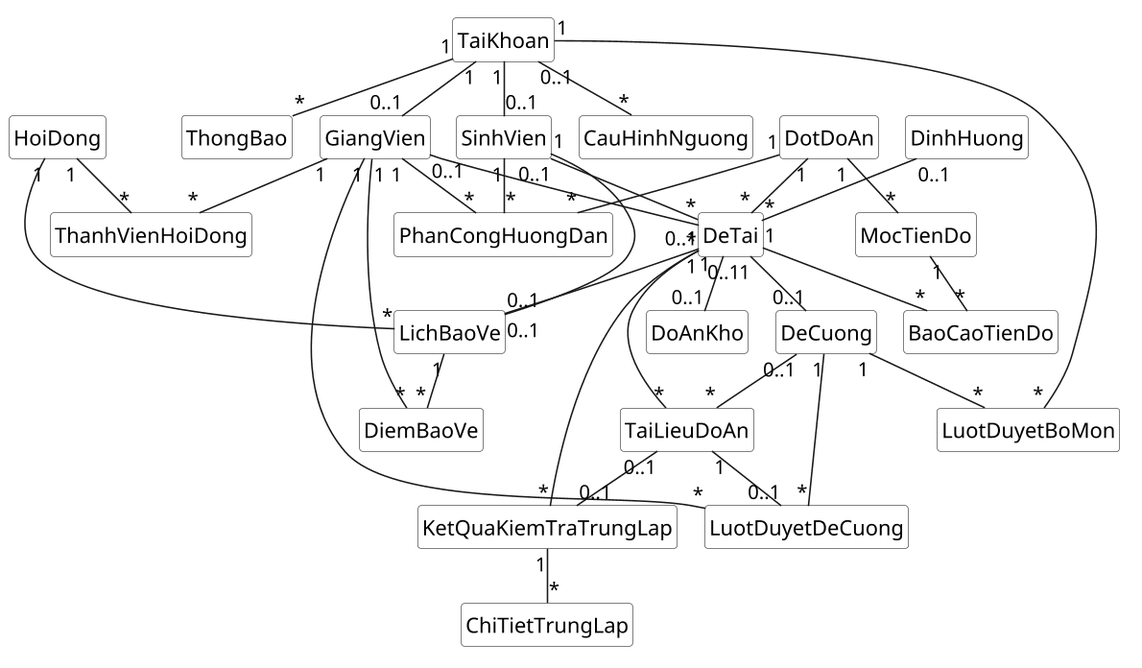
dtc235200036-alt/ICTU-DATN-NguyenThiMaiAnh keeps this PlantUML diagram as docs/chuong-3-thiet-ke/so-do-lop/lop-thuc-the-tong-quat.png. Above is the earlier version.
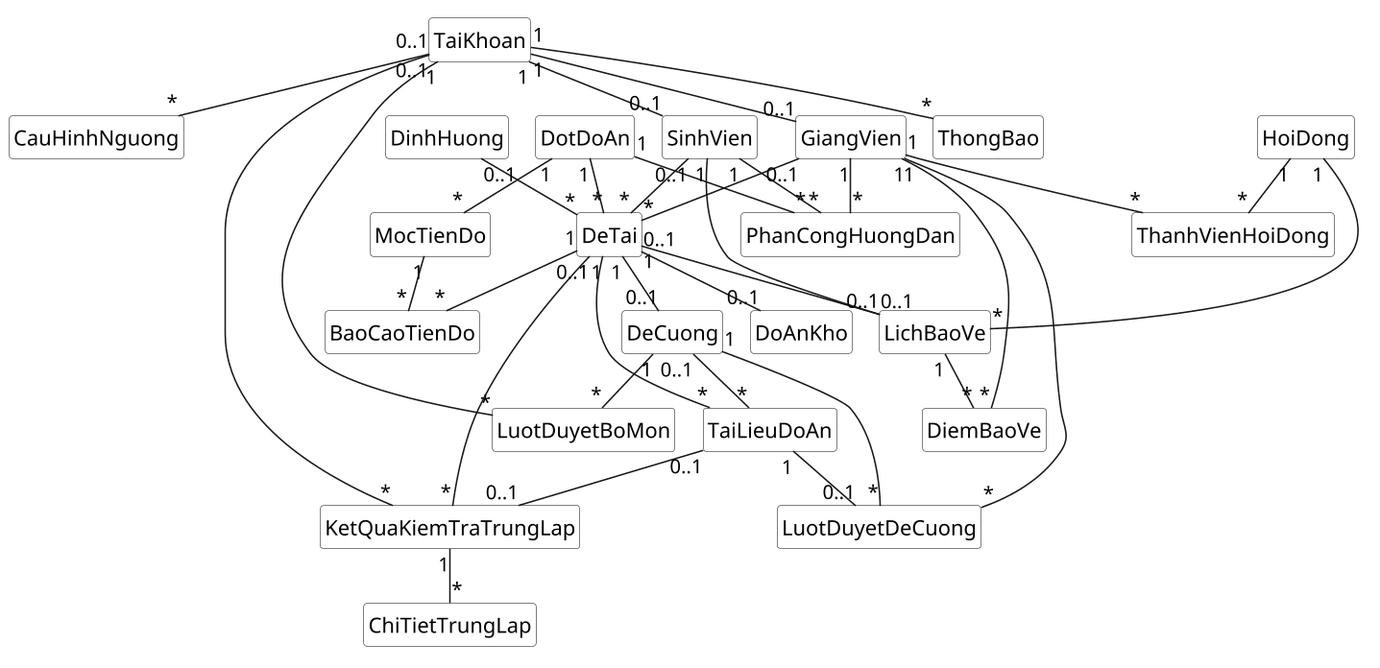
The same file after the commit.

The edit, as a diff of the source:
```diff
@@ -43,6 +43,7 @@
 TaiKhoan "1" -- "0..1" GiangVien
 TaiKhoan "1" -- "*" ThongBao
 TaiKhoan "0..1" -- "*" CauHinhNguong
+TaiKhoan "0..1" -- "*" KetQuaKiemTraTrungLap
 
 DotDoAn "1" -- "*" PhanCongHuongDan
 SinhVien "1" -- "*" PhanCongHuongDan
```
